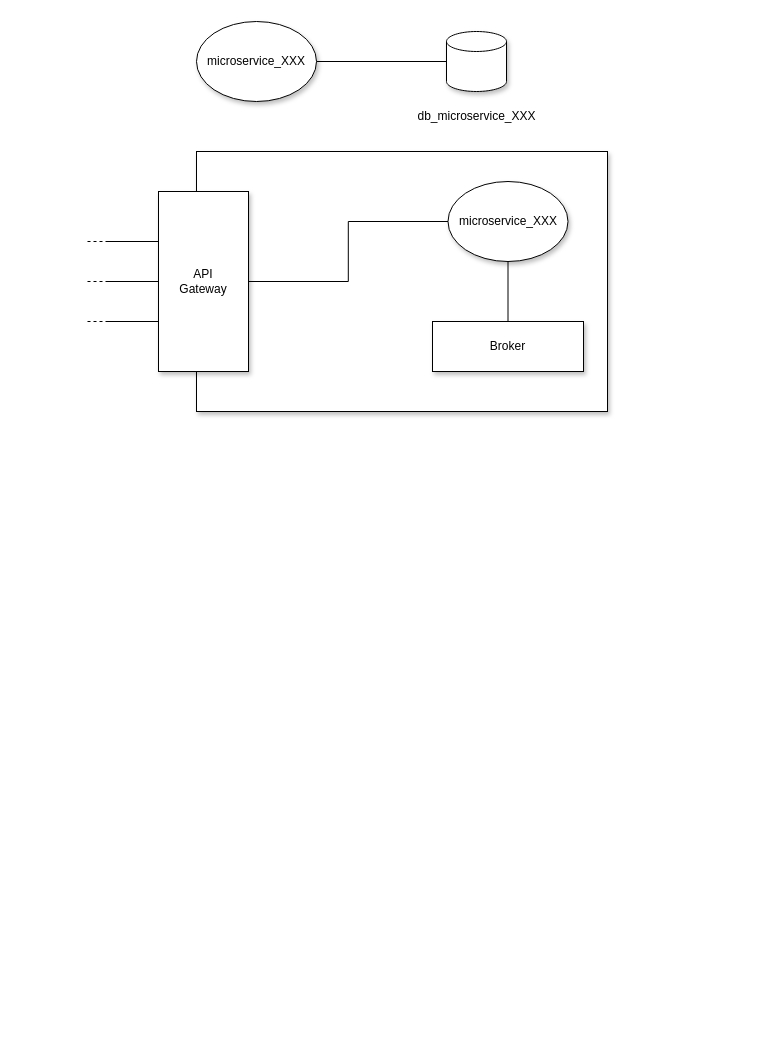
This is page "microservizi" (9 of 9) of resources/piperchat.drawio from zucchero-sintattico/piperchat, a draw.io file, before an edit. Source tidied: cells renumbered, new cells numbered last; positions are measured from the earlier drawing's top-left corner, leaving out a move shared by most shapes. Both pictures are drawn from the tidied source at 100%, with x=0, y=0 at pixel (87, 21).
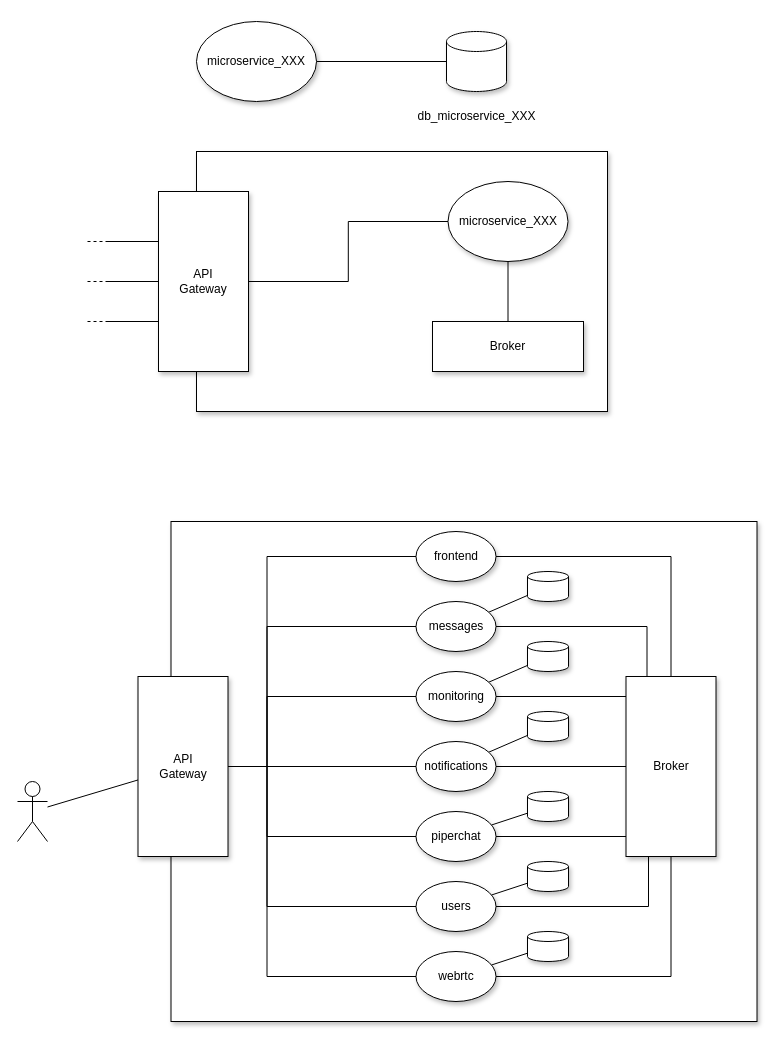
Above is the later version.

Commit message:
wip: architecture schema

Diff of the diagram source:
```diff
@@
+    <mxCell id="21" style="rounded=0;whiteSpace=wrap;html=1;shadow=1;" parent="1" vertex="1">
+      <mxGeometry x="83.5" y="500" width="586" height="500" as="geometry" />
+    </mxCell>
+    <mxCell id="22" style="edgeStyle=orthogonalEdgeStyle;rounded=0;jettySize=auto;html=1;endArrow=none;endFill=0;" parent="1" edge="1" source="23" target="56">
+      <mxGeometry relative="1" as="geometry" />
+    </mxCell>
+    <mxCell id="23" value="frontend" style="ellipse;whiteSpace=wrap;html=1;shadow=1;" parent="1" vertex="1">
+      <mxGeometry x="328.5" y="510" width="80" height="50" as="geometry" />
+    </mxCell>
+    <mxCell id="24" style="edgeStyle=orthogonalEdgeStyle;rounded=0;jettySize=auto;html=1;endArrow=none;endFill=0;" parent="1" edge="1" source="31" target="23">
+      <mxGeometry relative="1" as="geometry">
+        <Array as="points">
+          <mxPoint x="179.5" y="745" />
+          <mxPoint x="179.5" y="535" />
+        </Array>
+      </mxGeometry>
+    </mxCell>
+    <mxCell id="25" style="edgeStyle=orthogonalEdgeStyle;rounded=0;jettySize=auto;html=1;endArrow=none;endFill=0;" parent="1" edge="1" source="31" target="34">
+      <mxGeometry relative="1" as="geometry">
+        <Array as="points">
+          <mxPoint x="179.5" y="745" />
+          <mxPoint x="179.5" y="605" />
+        </Array>
+      </mxGeometry>
+    </mxCell>
+    <mxCell id="26" style="edgeStyle=orthogonalEdgeStyle;rounded=0;jettySize=auto;html=1;endArrow=none;endFill=0;" parent="1" edge="1" source="31" target="37">
+      <mxGeometry relative="1" as="geometry">
+        <Array as="points">
+          <mxPoint x="179.5" y="745" />
+          <mxPoint x="179.5" y="675" />
+        </Array>
+      </mxGeometry>
+    </mxCell>
+    <mxCell id="27" style="edgeStyle=orthogonalEdgeStyle;rounded=0;jettySize=auto;html=1;endArrow=none;endFill=0;" parent="1" edge="1" source="31" target="40">
+      <mxGeometry relative="1" as="geometry">
+        <Array as="points">
+          <mxPoint x="159.5" y="745" />
+          <mxPoint x="159.5" y="745" />
+        </Array>
+      </mxGeometry>
+    </mxCell>
+    <mxCell id="28" style="edgeStyle=orthogonalEdgeStyle;rounded=0;jettySize=auto;html=1;endArrow=none;endFill=0;" parent="1" edge="1" source="31" target="43">
+      <mxGeometry relative="1" as="geometry">
+        <Array as="points">
+          <mxPoint x="179.5" y="745" />
+          <mxPoint x="179.5" y="815" />
+        </Array>
+      </mxGeometry>
+    </mxCell>
+    <mxCell id="29" style="edgeStyle=orthogonalEdgeStyle;rounded=0;jettySize=auto;html=1;endArrow=none;endFill=0;" parent="1" edge="1" source="31" target="46">
+      <mxGeometry relative="1" as="geometry">
+        <Array as="points">
+          <mxPoint x="179.5" y="745" />
+          <mxPoint x="179.5" y="885" />
+        </Array>
+      </mxGeometry>
+    </mxCell>
+    <mxCell id="30" style="edgeStyle=orthogonalEdgeStyle;rounded=0;jettySize=auto;html=1;endArrow=none;endFill=0;" parent="1" edge="1" source="31" target="49">
+      <mxGeometry relative="1" as="geometry">
+        <Array as="points">
+          <mxPoint x="179.5" y="745" />
+          <mxPoint x="179.5" y="955" />
+        </Array>
+      </mxGeometry>
+    </mxCell>
+    <mxCell id="31" value="API&lt;br style=&quot;border-color: var(--border-color);&quot;&gt;Gateway" style="rounded=0;whiteSpace=wrap;html=1;shadow=1;" parent="1" vertex="1">
+      <mxGeometry x="50.5" y="655" width="90" height="180" as="geometry" />
+    </mxCell>
+    <mxCell id="32" style="rounded=0;jettySize=auto;html=1;endArrow=none;endFill=0;" parent="1" edge="1" source="34" target="50">
+      <mxGeometry relative="1" as="geometry" />
+    </mxCell>
+    <mxCell id="33" style="edgeStyle=orthogonalEdgeStyle;rounded=0;jettySize=auto;html=1;endArrow=none;endFill=0;" parent="1" edge="1" source="34" target="56">
+      <mxGeometry relative="1" as="geometry">
+        <Array as="points">
+          <mxPoint x="559.5" y="605" />
+        </Array>
+      </mxGeometry>
+    </mxCell>
+    <mxCell id="34" value="messages" style="ellipse;whiteSpace=wrap;html=1;shadow=1;" parent="1" vertex="1">
+      <mxGeometry x="328.5" y="580" width="80" height="50" as="geometry" />
+    </mxCell>
+    <mxCell id="35" style="rounded=0;jettySize=auto;html=1;endArrow=none;endFill=0;" parent="1" edge="1" source="37" target="51">
+      <mxGeometry relative="1" as="geometry" />
+    </mxCell>
+    <mxCell id="36" style="edgeStyle=orthogonalEdgeStyle;rounded=0;jettySize=auto;html=1;endArrow=none;endFill=0;" parent="1" edge="1" source="37" target="56">
+      <mxGeometry relative="1" as="geometry">
+        <Array as="points">
+          <mxPoint x="509.5" y="675" />
+          <mxPoint x="509.5" y="675" />
+        </Array>
+      </mxGeometry>
+    </mxCell>
+    <mxCell id="37" value="monitoring" style="ellipse;whiteSpace=wrap;html=1;shadow=1;" parent="1" vertex="1">
+      <mxGeometry x="328.5" y="650" width="80" height="50" as="geometry" />
+    </mxCell>
+    <mxCell id="38" style="rounded=0;jettySize=auto;html=1;endArrow=none;endFill=0;" parent="1" edge="1" source="40" target="52">
+      <mxGeometry relative="1" as="geometry" />
+    </mxCell>
+    <mxCell id="39" style="edgeStyle=orthogonalEdgeStyle;rounded=0;jettySize=auto;html=1;entryX=0;entryY=0.5;entryDx=0;entryDy=0;endArrow=none;endFill=0;" parent="1" edge="1" source="40" target="56">
+      <mxGeometry relative="1" as="geometry" />
+    </mxCell>
+    <mxCell id="40" value="notifications" style="ellipse;whiteSpace=wrap;html=1;shadow=1;" parent="1" vertex="1">
+      <mxGeometry x="328.5" y="720" width="80" height="50" as="geometry" />
+    </mxCell>
+    <mxCell id="41" style="rounded=0;jettySize=auto;html=1;endArrow=none;endFill=0;" parent="1" edge="1" source="43" target="53">
+      <mxGeometry relative="1" as="geometry" />
+    </mxCell>
+    <mxCell id="42" style="edgeStyle=orthogonalEdgeStyle;rounded=0;jettySize=auto;html=1;endArrow=none;endFill=0;" parent="1" edge="1" source="43" target="56">
+      <mxGeometry relative="1" as="geometry">
+        <Array as="points">
+          <mxPoint x="509.5" y="815" />
+          <mxPoint x="509.5" y="815" />
+        </Array>
+      </mxGeometry>
+    </mxCell>
+    <mxCell id="43" value="piperchat" style="ellipse;whiteSpace=wrap;html=1;shadow=1;" parent="1" vertex="1">
+      <mxGeometry x="328.5" y="790" width="80" height="50" as="geometry" />
+    </mxCell>
+    <mxCell id="44" style="rounded=0;jettySize=auto;html=1;endArrow=none;endFill=0;" parent="1" edge="1" source="46" target="54">
+      <mxGeometry relative="1" as="geometry" />
+    </mxCell>
+    <mxCell id="45" style="edgeStyle=orthogonalEdgeStyle;rounded=0;jettySize=auto;html=1;entryX=0.25;entryY=1;entryDx=0;entryDy=0;endArrow=none;endFill=0;" parent="1" edge="1" source="46" target="56">
+      <mxGeometry relative="1" as="geometry" />
+    </mxCell>
+    <mxCell id="46" value="users" style="ellipse;whiteSpace=wrap;html=1;shadow=1;" parent="1" vertex="1">
+      <mxGeometry x="328.5" y="860" width="80" height="50" as="geometry" />
+    </mxCell>
+    <mxCell id="47" style="rounded=0;jettySize=auto;html=1;endArrow=none;endFill=0;" parent="1" edge="1" source="49" target="55">
+      <mxGeometry relative="1" as="geometry" />
+    </mxCell>
+    <mxCell id="48" style="edgeStyle=orthogonalEdgeStyle;rounded=0;jettySize=auto;html=1;endArrow=none;endFill=0;" parent="1" edge="1" source="49" target="56">
+      <mxGeometry relative="1" as="geometry" />
+    </mxCell>
+    <mxCell id="49" value="webrtc" style="ellipse;whiteSpace=wrap;html=1;shadow=1;" parent="1" vertex="1">
+      <mxGeometry x="328.5" y="930" width="80" height="50" as="geometry" />
+    </mxCell>
+    <mxCell id="50" style="strokeWidth=1;html=1;shape=mxgraph.flowchart.database;whiteSpace=wrap;shadow=1;" parent="1" vertex="1">
+      <mxGeometry x="440" y="550" width="41" height="30" as="geometry" />
+    </mxCell>
+    <mxCell id="51" style="strokeWidth=1;html=1;shape=mxgraph.flowchart.database;whiteSpace=wrap;shadow=1;" parent="1" vertex="1">
+      <mxGeometry x="440" y="620" width="41" height="30" as="geometry" />
+    </mxCell>
+    <mxCell id="52" style="strokeWidth=1;html=1;shape=mxgraph.flowchart.database;whiteSpace=wrap;shadow=1;" parent="1" vertex="1">
+      <mxGeometry x="440" y="690" width="41" height="30" as="geometry" />
+    </mxCell>
+    <mxCell id="53" style="strokeWidth=1;html=1;shape=mxgraph.flowchart.database;whiteSpace=wrap;shadow=1;" parent="1" vertex="1">
+      <mxGeometry x="440" y="770" width="41" height="30" as="geometry" />
+    </mxCell>
+    <mxCell id="54" style="strokeWidth=1;html=1;shape=mxgraph.flowchart.database;whiteSpace=wrap;shadow=1;" parent="1" vertex="1">
+      <mxGeometry x="440" y="840" width="41" height="30" as="geometry" />
+    </mxCell>
+    <mxCell id="55" style="strokeWidth=1;html=1;shape=mxgraph.flowchart.database;whiteSpace=wrap;shadow=1;" parent="1" vertex="1">
+      <mxGeometry x="440" y="910" width="41" height="30" as="geometry" />
+    </mxCell>
+    <mxCell id="56" value="Broker" style="rounded=0;whiteSpace=wrap;html=1;shadow=1;" parent="1" vertex="1">
+      <mxGeometry x="538.5" y="655" width="90" height="180" as="geometry" />
+    </mxCell>
+    <mxCell id="57" style="rounded=0;jettySize=auto;html=1;endArrow=none;endFill=0;" parent="1" edge="1" source="58" target="31">
+      <mxGeometry relative="1" as="geometry" />
+    </mxCell>
+    <mxCell id="58" style="shape=umlActor;verticalLabelPosition=bottom;verticalAlign=top;html=1;outlineConnect=0;" parent="1" vertex="1">
+      <mxGeometry x="-70" y="760" width="30" height="60" as="geometry" />
+    </mxCell>
```
